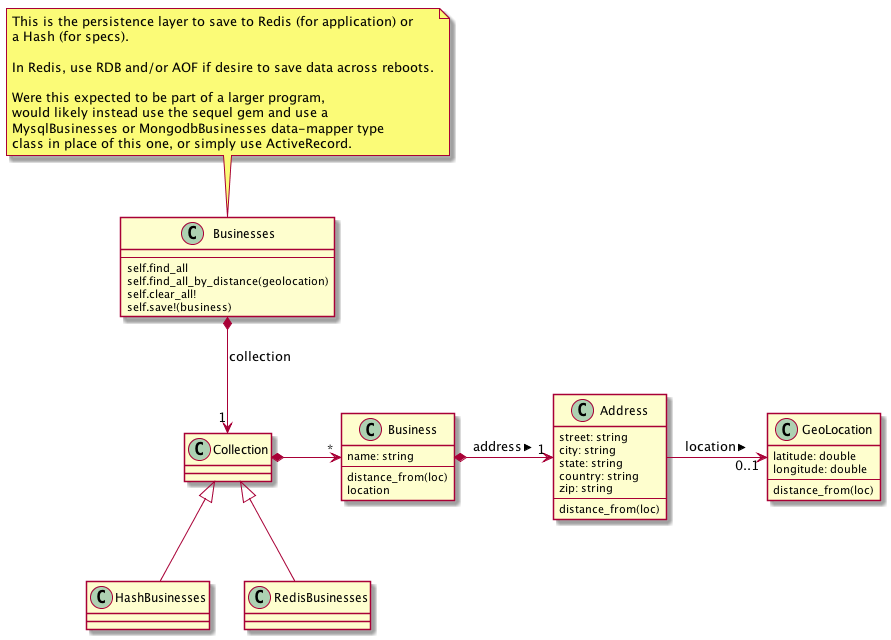
This is docs/verve.png from brianmd/geo, a PlantUML export, as it was before one commit.
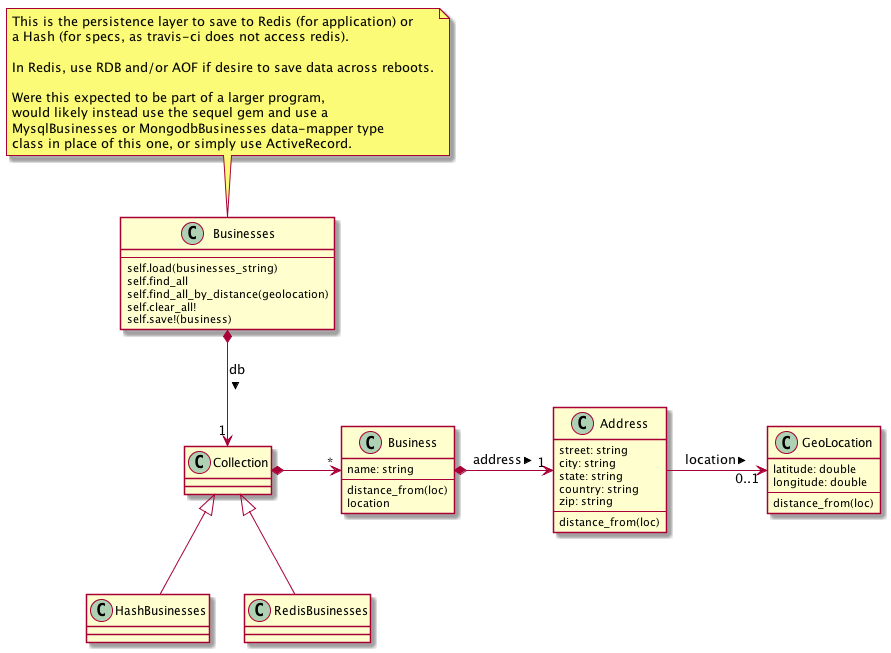
Above is the later version.

What changed in the source:
```diff
@@ -1,6 +1,6 @@
 @startuml
 
-Businesses *--> "1" Collection : collection
+Businesses *--> "1" Collection : db >
 Collection *-> "*" Business
 Collection <|-- HashBusinesses
 Collection <|-- RedisBusinesses
@@ -9,6 +9,7 @@
 
 class Businesses {
   --
+  self.load(businesses_string)
   self.find_all
   self.find_all_by_distance(geolocation)
   self.clear_all!
@@ -41,7 +42,7 @@
 
 note top of Businesses
 This is the persistence layer to save to Redis (for application) or
-a Hash (for specs).
+a Hash (for specs, as travis-ci does not access redis).
 
 In Redis, use RDB and/or AOF if desire to save data across reboots.
 
```
